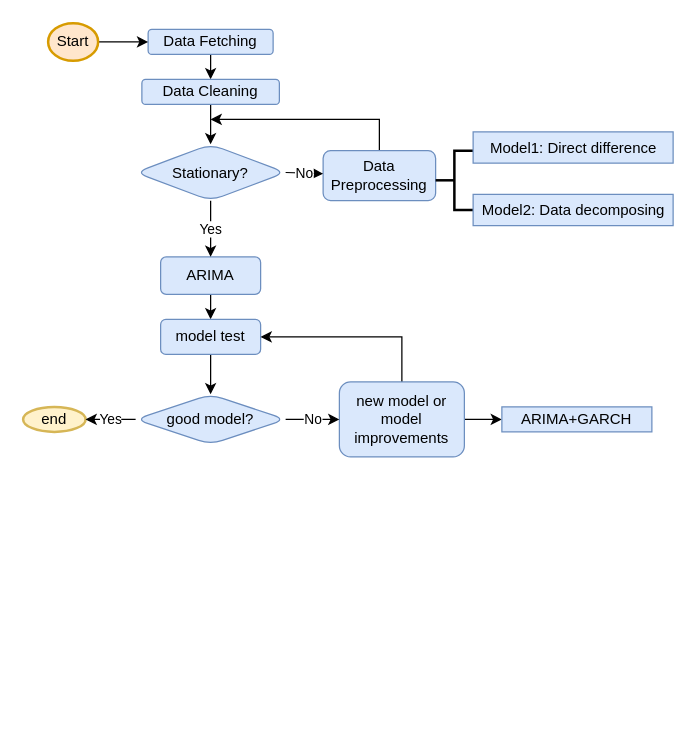
Before: figures/Untitled Diagram.drawio in zzp1012/tesla-stock-prediction, a draw.io diagram. Source tidied: cells renumbered, new cells numbered last; positions are measured from the earlier drawing's top-left corner, leaving out a move shared by most shapes. Both pictures are drawn from the tidied source at 125%, with x=0, y=0 at pixel (22, 22).
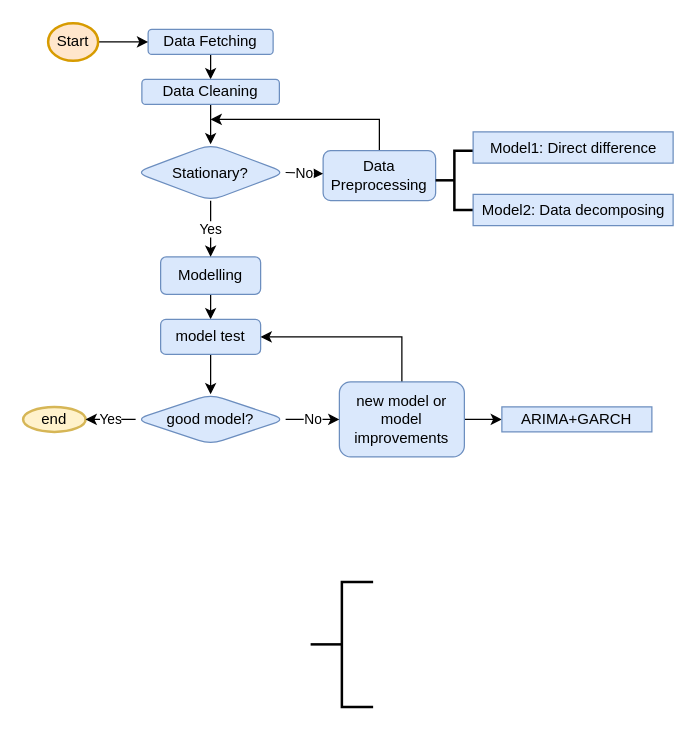
Above is the later version.

The edit, as a diff of the source:
```diff
@@
-    <mxCell id="13" value="ARIMA" style="whiteSpace=wrap;html=1;rounded=1;shadow=0;strokeWidth=1;glass=0;fillColor=#dae8fc;strokeColor=#6c8ebf;" parent="1" vertex="1">
+    <mxCell id="13" value="Modelling" style="whiteSpace=wrap;html=1;rounded=1;shadow=0;strokeWidth=1;glass=0;fillColor=#dae8fc;strokeColor=#6c8ebf;" parent="1" vertex="1">
       <mxGeometry x="110" y="187" width="80" height="30" as="geometry" />
     </mxCell>
@@
+    <mxCell id="29" style="strokeWidth=2;html=1;shape=mxgraph.flowchart.annotation_2;align=left;labelPosition=right;" parent="1" vertex="1">
+      <mxGeometry x="230" y="447" width="50" height="100" as="geometry" />
+    </mxCell>
```
